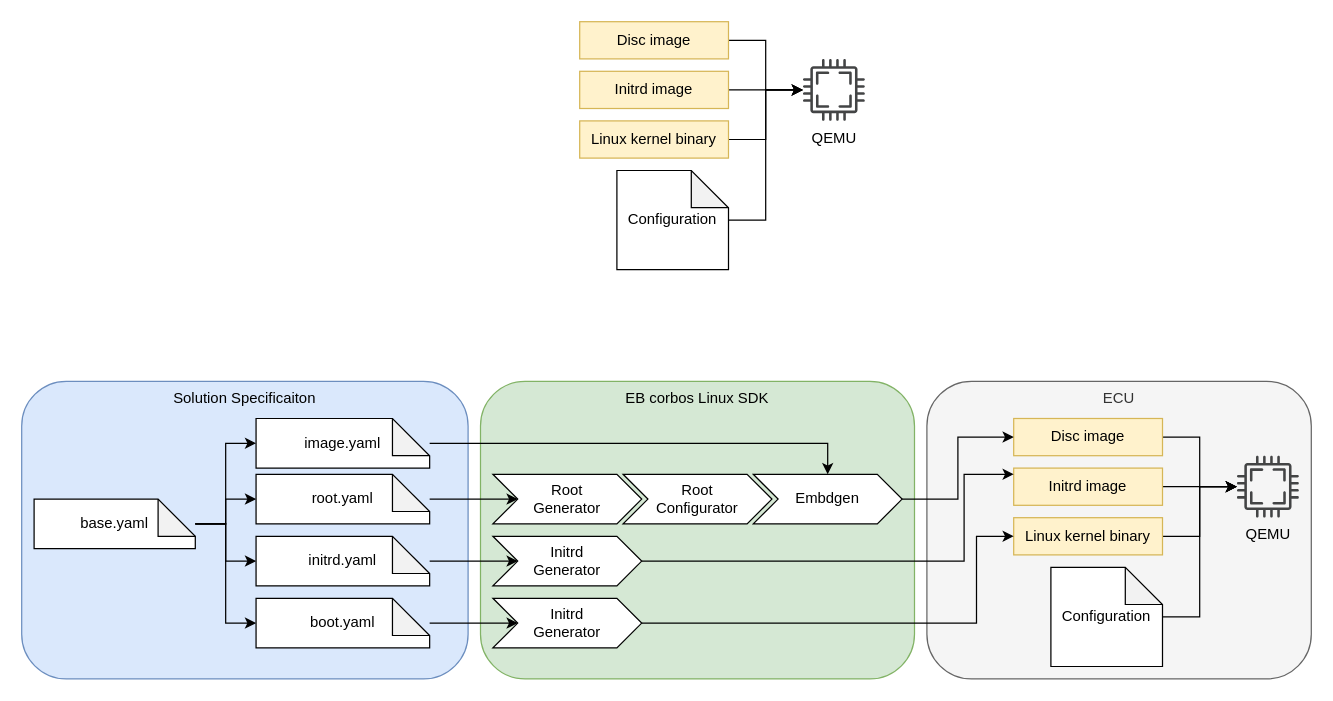
Earlier version of the draw.io diagram docs/assets/QEMU.drawio (Elektrobit/ebcl_template). Source tidied: cells renumbered, new cells numbered last; positions are measured from the earlier drawing's top-left corner, leaving out a move shared by most shapes. Both pictures are drawn from the tidied source at 124%, with x=0, y=0 at pixel (21, 21).
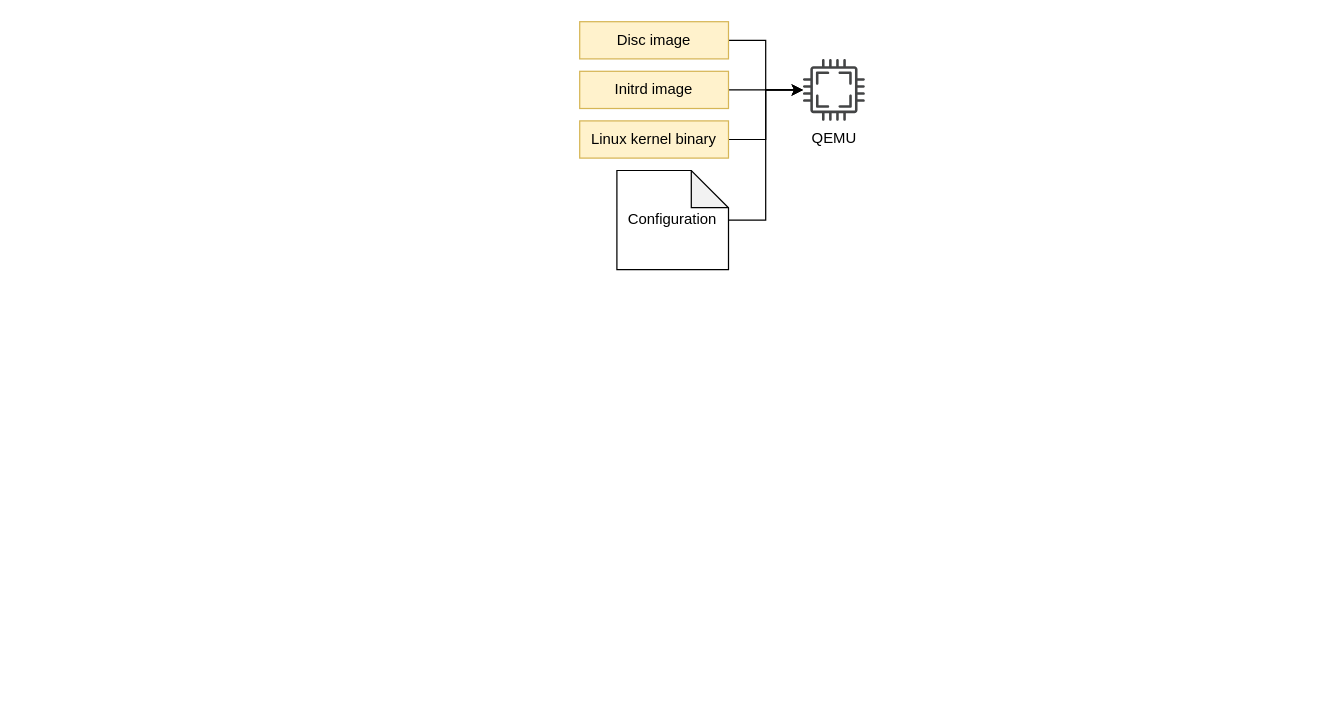
The same diagram, later.

What changed in the source:
```diff
@@
-<mxGraphModel>
+<mxGraphModel background="#FFFFFF">
@@
-    <mxCell id="2" value="ECU" style="rounded=1;whiteSpace=wrap;html=1;verticalAlign=top;fillColor=#f5f5f5;fontColor=#333333;strokeColor=#666666;" parent="1" vertex="1">
-      <mxGeometry x="730" y="290" width="310" height="240" as="geometry" />
-    </mxCell>
-    <mxCell id="3" value="EB corbos Linux SDK" style="rounded=1;whiteSpace=wrap;html=1;fillColor=#d5e8d4;strokeColor=#82b366;verticalAlign=top;" parent="1" vertex="1">
-      <mxGeometry x="370" y="290" width="350" height="240" as="geometry" />
-    </mxCell>
-    <mxCell id="4" value="Solution Specificaiton" style="rounded=1;whiteSpace=wrap;html=1;verticalAlign=top;fillColor=#dae8fc;strokeColor=#6c8ebf;" parent="1" vertex="1">
-      <mxGeometry y="290" width="360" height="240" as="geometry" />
-    </mxCell>
@@
-    <mxCell id="14" value="QEMU" style="sketch=0;shadow=0;dashed=0;html=1;strokeColor=none;fillColor=#434445;labelPosition=center;verticalLabelPosition=bottom;verticalAlign=top;align=center;outlineConnect=0;shape=mxgraph.vvd.cpu;" parent="1" vertex="1">
-      <mxGeometry x="980" y="350" width="50" height="50" as="geometry" />
-    </mxCell>
-    <mxCell id="15" style="edgeStyle=orthogonalEdgeStyle;rounded=0;jettySize=auto;html=1;" parent="1" edge="1" source="16" target="14">
-      <mxGeometry relative="1" as="geometry" />
-    </mxCell>
-    <mxCell id="16" value="Disc image" style="rounded=0;whiteSpace=wrap;html=1;fillColor=#fff2cc;strokeColor=#d6b656;" parent="1" vertex="1">
-      <mxGeometry x="800" y="320" width="120" height="30" as="geometry" />
-    </mxCell>
-    <mxCell id="17" style="edgeStyle=orthogonalEdgeStyle;rounded=0;jettySize=auto;html=1;" parent="1" edge="1" source="18" target="14">
-      <mxGeometry relative="1" as="geometry" />
-    </mxCell>
-    <mxCell id="18" value="Linux kernel binary" style="rounded=0;whiteSpace=wrap;html=1;fillColor=#fff2cc;strokeColor=#d6b656;" parent="1" vertex="1">
-      <mxGeometry x="800" y="400" width="120" height="30" as="geometry" />
-    </mxCell>
-    <mxCell id="19" style="edgeStyle=orthogonalEdgeStyle;rounded=0;jettySize=auto;html=1;" parent="1" edge="1" source="20" target="14">
-      <mxGeometry relative="1" as="geometry" />
-    </mxCell>
-    <mxCell id="20" value="Initrd image" style="rounded=0;whiteSpace=wrap;html=1;fillColor=#fff2cc;strokeColor=#d6b656;" parent="1" vertex="1">
-      <mxGeometry x="800" y="360" width="120" height="30" as="geometry" />
-    </mxCell>
-    <mxCell id="21" style="edgeStyle=orthogonalEdgeStyle;rounded=0;jettySize=auto;html=1;" parent="1" edge="1" source="22" target="14">
-      <mxGeometry relative="1" as="geometry">
-        <Array as="points">
-          <mxPoint x="950" y="480" />
-          <mxPoint x="950" y="375" />
-        </Array>
-      </mxGeometry>
-    </mxCell>
-    <mxCell id="22" value="Configuration" style="shape=note;whiteSpace=wrap;html=1;backgroundOutline=1;darkOpacity=0.05;" parent="1" vertex="1">
-      <mxGeometry x="830" y="440" width="90" height="80" as="geometry" />
-    </mxCell>
-    <mxCell id="23" style="edgeStyle=orthogonalEdgeStyle;rounded=0;jettySize=auto;html=1;entryX=0;entryY=0.5;entryDx=0;entryDy=0;" parent="1" edge="1" source="24" target="43">
-      <mxGeometry relative="1" as="geometry" />
-    </mxCell>
-    <mxCell id="24" value="boot.yaml" style="shape=note;whiteSpace=wrap;html=1;backgroundOutline=1;darkOpacity=0.05;" parent="1" vertex="1">
-      <mxGeometry x="189" y="465" width="140" height="40" as="geometry" />
-    </mxCell>
-    <mxCell id="25" style="edgeStyle=orthogonalEdgeStyle;rounded=0;jettySize=auto;html=1;" parent="1" edge="1" source="27" target="33">
-      <mxGeometry relative="1" as="geometry" />
-    </mxCell>
-    <mxCell id="26" style="edgeStyle=orthogonalEdgeStyle;rounded=0;jettySize=auto;html=1;" parent="1" edge="1" source="27" target="29">
-      <mxGeometry relative="1" as="geometry" />
-    </mxCell>
-    <mxCell id="27" value="base.yaml" style="shape=note;whiteSpace=wrap;html=1;backgroundOutline=1;darkOpacity=0.05;align=center;" parent="1" vertex="1">
-      <mxGeometry x="10" y="385" width="130" height="40" as="geometry" />
-    </mxCell>
-    <mxCell id="28" style="edgeStyle=orthogonalEdgeStyle;rounded=0;jettySize=auto;html=1;" parent="1" edge="1" source="29" target="41">
-      <mxGeometry relative="1" as="geometry" />
-    </mxCell>
-    <mxCell id="29" value="initrd.yaml" style="shape=note;whiteSpace=wrap;html=1;backgroundOutline=1;darkOpacity=0.05;" parent="1" vertex="1">
-      <mxGeometry x="189" y="415" width="140" height="40" as="geometry" />
-    </mxCell>
-    <mxCell id="30" style="edgeStyle=orthogonalEdgeStyle;rounded=0;jettySize=auto;html=1;entryX=0.5;entryY=0;entryDx=0;entryDy=0;" parent="1" edge="1" source="31" target="39">
-      <mxGeometry relative="1" as="geometry" />
-    </mxCell>
-    <mxCell id="31" value="image.yaml" style="shape=note;whiteSpace=wrap;html=1;backgroundOutline=1;darkOpacity=0.05;" parent="1" vertex="1">
-      <mxGeometry x="189" y="320" width="140" height="40" as="geometry" />
-    </mxCell>
-    <mxCell id="32" style="edgeStyle=orthogonalEdgeStyle;rounded=0;jettySize=auto;html=1;entryX=0;entryY=0.5;entryDx=0;entryDy=0;" parent="1" edge="1" source="33" target="36">
-      <mxGeometry relative="1" as="geometry" />
-    </mxCell>
-    <mxCell id="33" value="root.yaml" style="shape=note;whiteSpace=wrap;html=1;backgroundOutline=1;darkOpacity=0.05;" parent="1" vertex="1">
-      <mxGeometry x="189" y="365" width="140" height="40" as="geometry" />
-    </mxCell>
-    <mxCell id="34" style="edgeStyle=orthogonalEdgeStyle;rounded=0;jettySize=auto;html=1;entryX=0;entryY=0.5;entryDx=0;entryDy=0;entryPerimeter=0;" parent="1" edge="1" source="27" target="31">
-      <mxGeometry relative="1" as="geometry" />
-    </mxCell>
-    <mxCell id="35" style="edgeStyle=orthogonalEdgeStyle;rounded=0;jettySize=auto;html=1;entryX=0;entryY=0.5;entryDx=0;entryDy=0;entryPerimeter=0;" parent="1" edge="1" source="27" target="24">
-      <mxGeometry relative="1" as="geometry" />
-    </mxCell>
-    <mxCell id="36" value="Root&lt;div&gt;Generator&lt;/div&gt;" style="shape=step;perimeter=stepPerimeter;whiteSpace=wrap;html=1;fixedSize=1;" parent="1" vertex="1">
-      <mxGeometry x="380" y="365" width="120" height="40" as="geometry" />
-    </mxCell>
-    <mxCell id="37" value="Root&lt;div&gt;Configurator&lt;/div&gt;" style="shape=step;perimeter=stepPerimeter;whiteSpace=wrap;html=1;fixedSize=1;" parent="1" vertex="1">
-      <mxGeometry x="485" y="365" width="120" height="40" as="geometry" />
-    </mxCell>
-    <mxCell id="38" style="edgeStyle=orthogonalEdgeStyle;rounded=0;jettySize=auto;html=1;entryX=0;entryY=0.5;entryDx=0;entryDy=0;" parent="1" edge="1" source="39" target="16">
-      <mxGeometry relative="1" as="geometry" />
-    </mxCell>
-    <mxCell id="39" value="Embdgen" style="shape=step;perimeter=stepPerimeter;whiteSpace=wrap;html=1;fixedSize=1;" parent="1" vertex="1">
-      <mxGeometry x="590" y="365" width="120" height="40" as="geometry" />
-    </mxCell>
-    <mxCell id="40" style="edgeStyle=orthogonalEdgeStyle;rounded=0;jettySize=auto;html=1;" parent="1" edge="1" source="41" target="20">
-      <mxGeometry relative="1" as="geometry">
-        <Array as="points">
-          <mxPoint x="760" y="435" />
-          <mxPoint x="760" y="365" />
-        </Array>
-      </mxGeometry>
-    </mxCell>
-    <mxCell id="41" value="Initrd&lt;br&gt;Generator" style="shape=step;perimeter=stepPerimeter;whiteSpace=wrap;html=1;fixedSize=1;" parent="1" vertex="1">
-      <mxGeometry x="380" y="415" width="120" height="40" as="geometry" />
-    </mxCell>
-    <mxCell id="42" style="edgeStyle=orthogonalEdgeStyle;rounded=0;jettySize=auto;html=1;entryX=0;entryY=0.5;entryDx=0;entryDy=0;" parent="1" edge="1" source="43" target="18">
-      <mxGeometry relative="1" as="geometry">
-        <Array as="points">
-          <mxPoint x="770" y="485" />
-          <mxPoint x="770" y="415" />
-        </Array>
-      </mxGeometry>
-    </mxCell>
-    <mxCell id="43" value="Initrd&lt;br&gt;Generator" style="shape=step;perimeter=stepPerimeter;whiteSpace=wrap;html=1;fixedSize=1;" parent="1" vertex="1">
-      <mxGeometry x="380" y="465" width="120" height="40" as="geometry" />
-    </mxCell>
```
